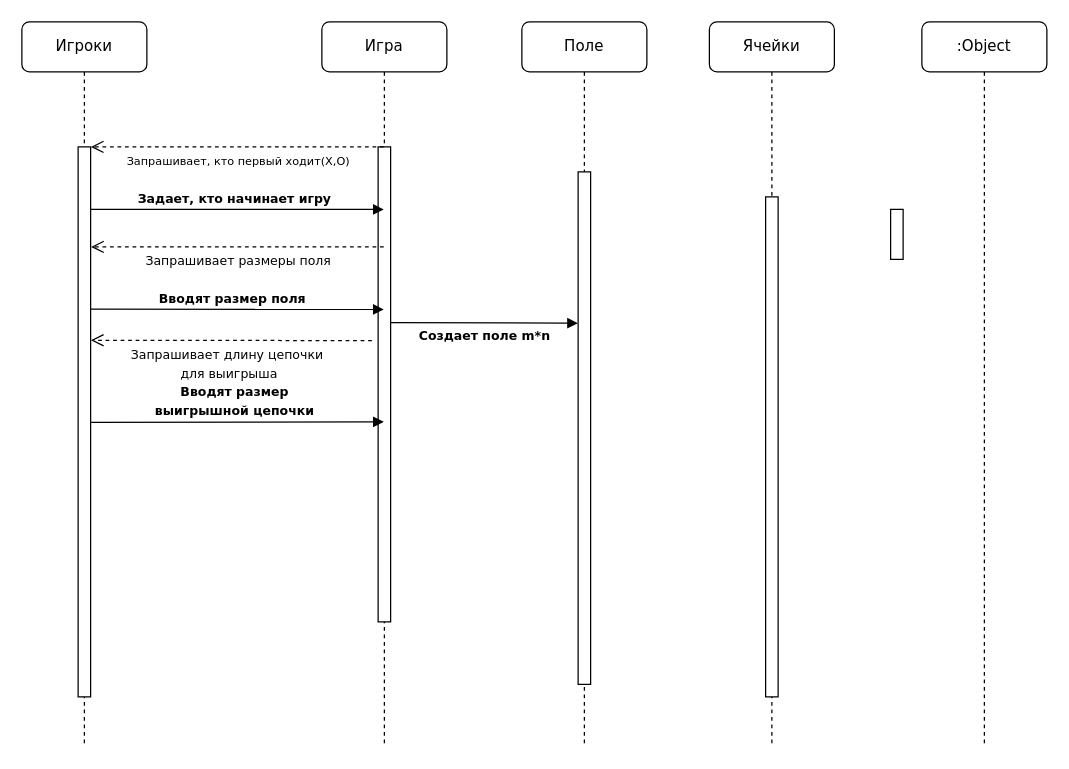
The draw.io diagram 3_3.drawio in tacha7/Asya, before the edit. Source tidied: cells renumbered, new cells numbered last; positions are measured from the earlier drawing's top-left corner, leaving out a move shared by most shapes. Both pictures are drawn from the tidied source at 125%, with x=0, y=0 at pixel (21, 21).
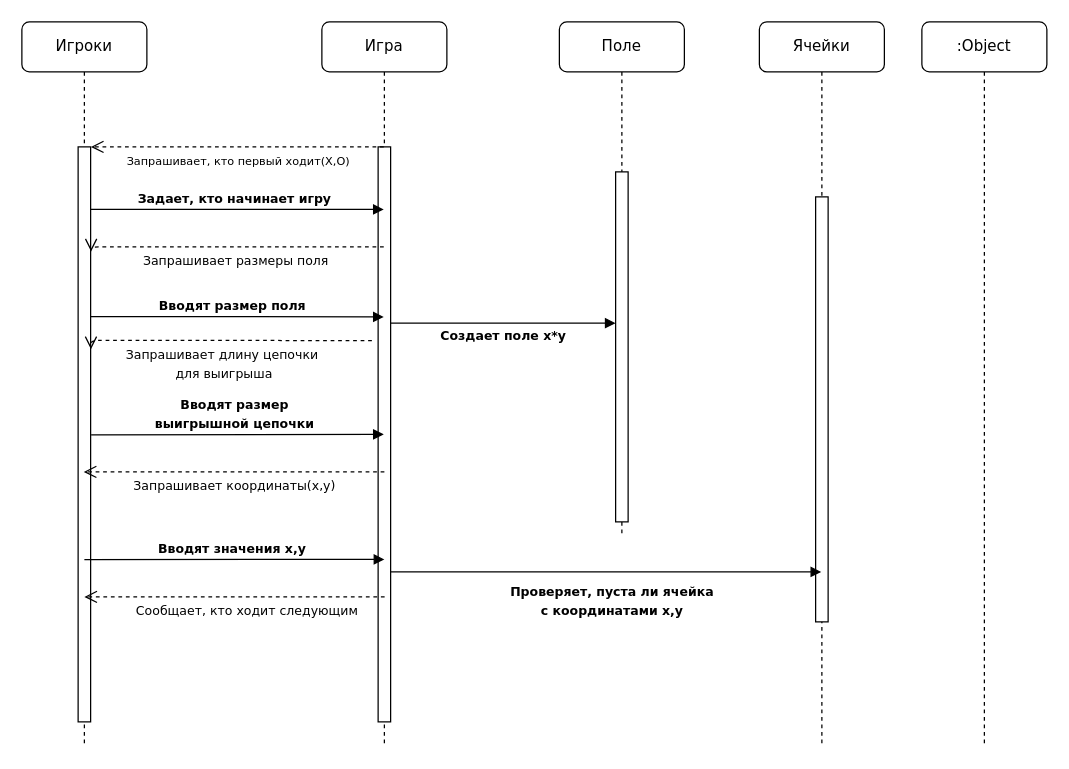
The same diagram, later.

Unchanged cells that the change refers to:
```xml
<mxCell id="2" value="Игра" style="shape=umlLifeline;perimeter=lifelinePerimeter;whiteSpace=wrap;html=1;outlineConnect=0;rounded=1;shadow=0;comic=0;labelBackgroundColor=none;strokeWidth=1;fontFamily=Verdana;fontSize=12;align=center;" parent="1" vertex="1">
  <mxGeometry x="240" width="100" height="580" as="geometry" />
</mxCell>
<mxCell id="9" value="Игроки" style="shape=umlLifeline;perimeter=lifelinePerimeter;whiteSpace=wrap;html=1;outlineConnect=0;rounded=1;shadow=0;comic=0;labelBackgroundColor=none;strokeWidth=1;fontFamily=Verdana;fontSize=12;align=center;" parent="1" vertex="1">
  <mxGeometry width="100" height="580" as="geometry" />
</mxCell>
```

Change to the diagram source:
```diff
@@
     <mxCell id="3" style="html=1;points=[];perimeter=orthogonalPerimeter;rounded=0;shadow=0;comic=0;labelBackgroundColor=none;strokeWidth=1;fontFamily=Verdana;fontSize=12;align=center;" parent="2" vertex="1">
-      <mxGeometry x="45" y="100" width="10" height="380" as="geometry" />
+      <mxGeometry x="45" y="100" width="10" height="460" as="geometry" />
     </mxCell>
     <mxCell id="4" value="Поле" style="shape=umlLifeline;perimeter=lifelinePerimeter;whiteSpace=wrap;html=1;rounded=1;shadow=0;comic=0;labelBackgroundColor=none;strokeWidth=1;fontFamily=Verdana;fontSize=12;align=center;" parent="1" vertex="1">
-      <mxGeometry x="400" width="100" height="580" as="geometry" />
+      <mxGeometry x="430" width="100" height="410" as="geometry" />
     </mxCell>
     <mxCell id="5" style="html=1;points=[];perimeter=orthogonalPerimeter;rounded=0;shadow=0;comic=0;labelBackgroundColor=none;strokeWidth=1;fontFamily=Verdana;fontSize=12;align=center;" parent="4" vertex="1">
-      <mxGeometry x="45" y="120" width="10" height="410" as="geometry" />
+      <mxGeometry x="45" y="120" width="10" height="280" as="geometry" />
     </mxCell>
     <mxCell id="6" value="Ячейки" style="shape=umlLifeline;perimeter=lifelinePerimeter;whiteSpace=wrap;html=1;outlineConnect=0;rounded=1;shadow=0;comic=0;labelBackgroundColor=none;strokeWidth=1;fontFamily=Verdana;fontSize=12;align=center;" parent="1" vertex="1">
-      <mxGeometry x="550" width="100" height="580" as="geometry" />
+      <mxGeometry x="590" width="100" height="580" as="geometry" />
     </mxCell>
     <mxCell id="7" style="html=1;perimeter=orthogonalPerimeter;rounded=0;shadow=0;comic=0;labelBackgroundColor=none;strokeWidth=1;fontFamily=Verdana;fontSize=12;align=center;" parent="6" vertex="1">
-      <mxGeometry x="45" y="140" width="10" height="400" as="geometry" />
+      <mxGeometry x="45" y="140" width="10" height="340" as="geometry" />
     </mxCell>
@@
     <mxCell id="10" style="html=1;points=[];perimeter=orthogonalPerimeter;rounded=0;shadow=0;comic=0;labelBackgroundColor=none;strokeWidth=1;fontFamily=Verdana;fontSize=12;align=center;" parent="9" vertex="1">
-      <mxGeometry x="45" y="100" width="10" height="440" as="geometry" />
+      <mxGeometry x="45" y="100" width="10" height="460" as="geometry" />
     </mxCell>
-    <mxCell id="11" style="html=1;perimeter=orthogonalPerimeter;rounded=0;shadow=0;comic=0;labelBackgroundColor=none;strokeWidth=1;fontFamily=Verdana;fontSize=12;align=center;" parent="1" vertex="1">
-      <mxGeometry x="695" y="150" width="10" height="40" as="geometry" />
-    </mxCell>
@@
-    <mxCell id="13" value="&lt;font style=&quot;font-size: 10px&quot;&gt;&lt;b&gt;Создает поле m*n&lt;/b&gt;&lt;/font&gt;" style="html=1;verticalAlign=bottom;endArrow=block;labelBackgroundColor=none;fontFamily=Verdana;fontSize=12;edgeStyle=elbowEdgeStyle;elbow=vertical;exitX=1.019;exitY=0.37;exitDx=0;exitDy=0;exitPerimeter=0;entryX=-0.013;entryY=0.296;entryDx=0;entryDy=0;entryPerimeter=0;" parent="1" edge="1" source="3" target="5">
+    <mxCell id="13" value="&lt;font style=&quot;font-size: 10px&quot;&gt;&lt;b&gt;Создает поле x*y&lt;/b&gt;&lt;/font&gt;" style="html=1;verticalAlign=bottom;endArrow=block;labelBackgroundColor=none;fontFamily=Verdana;fontSize=12;edgeStyle=elbowEdgeStyle;elbow=vertical;" parent="1" edge="1" source="3" target="5">
       <mxGeometry y="-19" relative="1" as="geometry">
         <Array as="points">
           <mxPoint x="370" y="241" />
           <mxPoint x="400" y="230" />
         </Array>
       </mxGeometry>
     </mxCell>
@@
+    <mxCell id="19" value="&lt;font style=&quot;font-size: 10px&quot;&gt;Запрашивает координаты(x,y)&lt;br&gt;&lt;/font&gt;" style="html=1;verticalAlign=bottom;endArrow=open;dashed=1;endSize=8;labelBackgroundColor=none;fontFamily=Verdana;fontSize=12;edgeStyle=elbowEdgeStyle;elbow=vertical;" parent="1" edge="1" target="9">
+      <mxGeometry y="20" relative="1" as="geometry">
+        <mxPoint x="290" y="360" as="sourcePoint" />
+        <Array as="points">
+          <mxPoint x="180" y="360" />
+          <mxPoint x="325" y="264.7" />
+          <mxPoint x="365" y="264.7" />
+          <mxPoint x="395" y="264.7" />
+        </Array>
+      </mxGeometry>
+    </mxCell>
+    <mxCell id="20" value="&lt;span style=&quot;font-size: 10px&quot;&gt;&lt;b&gt;Вводят значения x,y&lt;/b&gt;&lt;/span&gt;" style="html=1;verticalAlign=bottom;endArrow=block;labelBackgroundColor=none;fontFamily=Verdana;fontSize=12;edgeStyle=elbowEdgeStyle;elbow=vertical;exitX=1.039;exitY=0.501;exitDx=0;exitDy=0;exitPerimeter=0;" parent="1" edge="1">
+      <mxGeometry x="-0.02" relative="1" as="geometry">
+        <mxPoint x="50" y="430.1" as="sourcePoint" />
+        <mxPoint x="290" y="430" as="targetPoint" />
+      </mxGeometry>
+    </mxCell>
+    <mxCell id="21" value="&lt;span style=&quot;font-size: 10px&quot;&gt;&lt;b&gt;Проверяет, пуста ли ячейка &lt;br&gt;с координатами x,y&lt;/b&gt;&lt;/span&gt;" style="html=1;verticalAlign=bottom;endArrow=block;labelBackgroundColor=none;fontFamily=Verdana;fontSize=12;edgeStyle=elbowEdgeStyle;elbow=vertical;" parent="1" edge="1" source="3" target="6">
+      <mxGeometry x="0.03" y="-40" relative="1" as="geometry">
+        <Array as="points">
+          <mxPoint x="360" y="440" />
+          <mxPoint x="410" y="240" />
+        </Array>
+      </mxGeometry>
+    </mxCell>
+    <mxCell id="22" value="&lt;font style=&quot;font-size: 10px&quot;&gt;Сообщает, кто ходит следующим&lt;br&gt;&lt;/font&gt;" style="html=1;verticalAlign=bottom;endArrow=open;dashed=1;endSize=8;labelBackgroundColor=none;fontFamily=Verdana;fontSize=12;edgeStyle=elbowEdgeStyle;elbow=vertical;" parent="1" edge="1">
+      <mxGeometry x="-0.08" y="20" relative="1" as="geometry">
+        <mxPoint x="290.2" y="460" as="sourcePoint" />
+        <mxPoint x="50" y="460" as="targetPoint" />
+        <Array as="points">
+          <mxPoint x="180.2" y="460" />
+          <mxPoint x="325.2" y="364.7" />
+          <mxPoint x="365.2" y="364.7" />
+          <mxPoint x="395.2" y="364.7" />
+        </Array>
+      </mxGeometry>
+    </mxCell>
```
